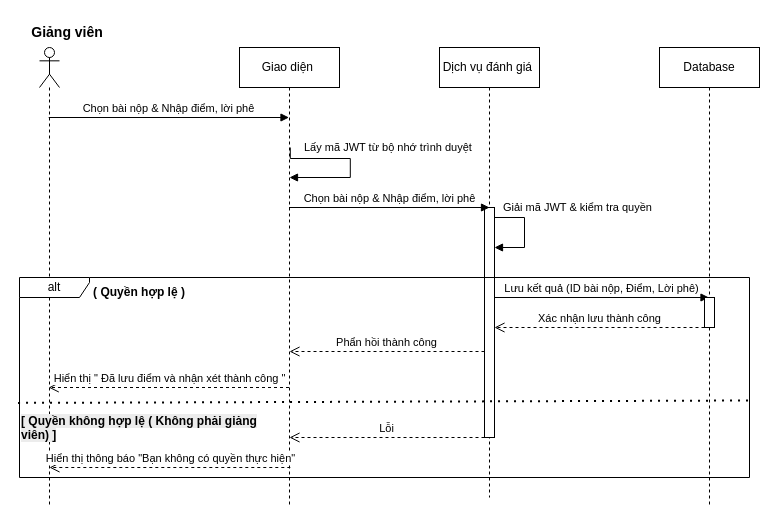
This is UML/Sodotuantu/sodotuantugiangvienchamdiemvanhanxet.drawio from lexuantrung98/collabSphere, a draw.io file, before an edit. Source tidied: cells renumbered, new cells numbered last; positions are measured from the earlier drawing's top-left corner, leaving out a move shared by most shapes. Both pictures are drawn from the tidied source at 100%, with x=0, y=0 at pixel (19, 17).
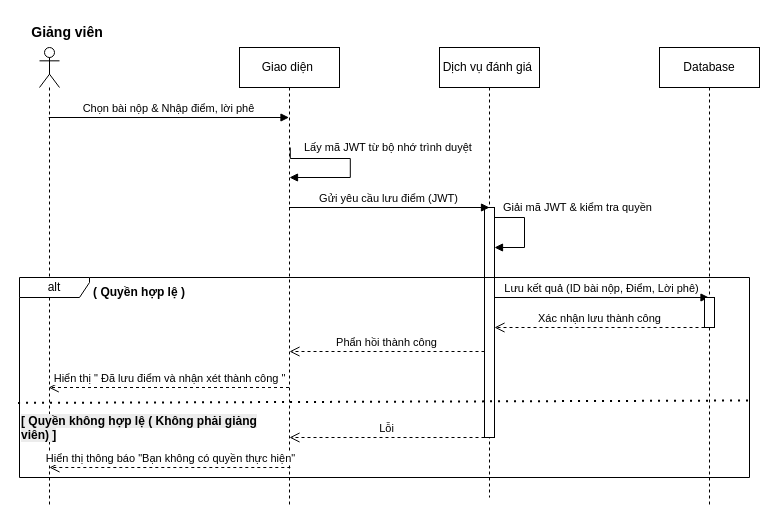
The same page after the edit.

Commit message:
KAN-32 sửa lại #DONE

Unchanged cells that the change refers to:
```xml
<mxCell id="4" value="Giao diện&amp;nbsp;" style="shape=umlLifeline;perimeter=lifelinePerimeter;whiteSpace=wrap;html=1;outlineConnect=0;portConstraint=eastwest;newEdgeStyle={&quot;curved&quot;:0,&quot;rounded&quot;:0};" parent="1" vertex="1">
  <mxGeometry x="220" y="30" width="100" height="460" as="geometry" />
</mxCell>
```

What changed in the source:
```diff
@@
-    <mxCell id="11" value="Chọn bài nộp &amp;amp; Nhập điểm, lời phê" style="html=1;verticalAlign=bottom;endArrow=block;curved=0;rounded=0;" parent="1" edge="1" source="4">
-      <mxGeometry relative="1" as="geometry">
+    <mxCell id="11" value="Gửi yêu cầu lưu điểm (JWT)" style="html=1;verticalAlign=bottom;endArrow=block;curved=0;rounded=0;" parent="1" edge="1" source="4">
+      <mxGeometry x="-0.01" relative="1" as="geometry">
         <mxPoint x="470" y="190" as="targetPoint" />
       </mxGeometry>
     </mxCell>
```
